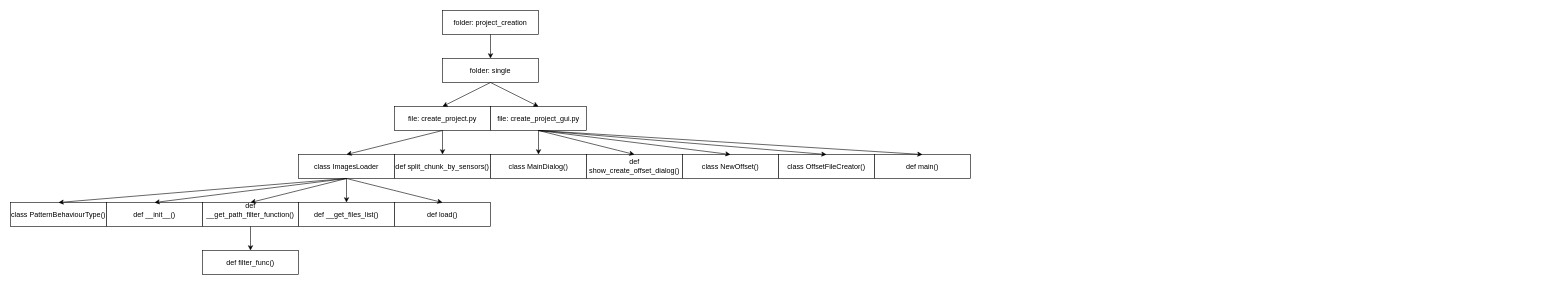
The draw.io diagram CreateProjectFromDir.drawio in go-enov/diagrams, before the edit. Source tidied: cells renumbered, new cells numbered last; positions are measured from the earlier drawing's top-left corner, leaving out a move shared by most shapes. Both pictures are drawn from the tidied source at 60%, with x=0, y=0 at pixel (10, 10).
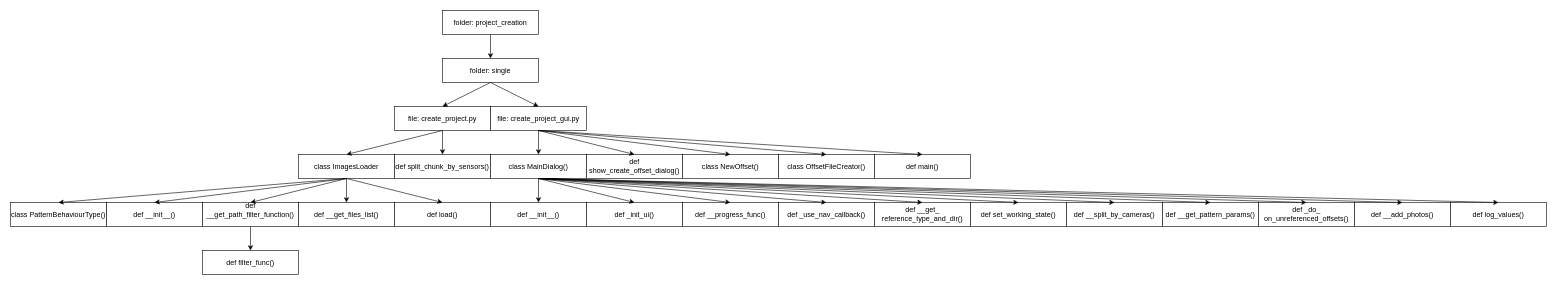
Above is the later version.

Commit message:
class MainDialog(): tree

Unchanged cells that the change refers to:
```xml
<mxCell id="25" value="class MainDialog()" style="rounded=0;whiteSpace=wrap;html=1;" parent="1" vertex="1">
  <mxGeometry x="800" y="240" width="160" height="40" as="geometry" />
</mxCell>
```

Diff of the diagram source:
```diff
@@
+    <mxCell id="35" value="def __init__()" style="rounded=0;whiteSpace=wrap;html=1;" parent="1" vertex="1">
+      <mxGeometry x="800" y="320" width="160" height="40" as="geometry" />
+    </mxCell>
+    <mxCell id="36" value="def _init_ui()" style="rounded=0;whiteSpace=wrap;html=1;" parent="1" vertex="1">
+      <mxGeometry x="960" y="320" width="160" height="40" as="geometry" />
+    </mxCell>
+    <mxCell id="37" value="def __progress_func()" style="rounded=0;whiteSpace=wrap;html=1;" parent="1" vertex="1">
+      <mxGeometry x="1120" y="320" width="160" height="40" as="geometry" />
+    </mxCell>
+    <mxCell id="38" value="def _use_nav_callback()" style="rounded=0;whiteSpace=wrap;html=1;" parent="1" vertex="1">
+      <mxGeometry x="1280" y="320" width="160" height="40" as="geometry" />
+    </mxCell>
+    <mxCell id="39" value="def __get_ reference_type_and_dir()" style="rounded=0;whiteSpace=wrap;html=1;" parent="1" vertex="1">
+      <mxGeometry x="1440" y="320" width="160" height="40" as="geometry" />
+    </mxCell>
+    <mxCell id="40" value="def set_working_state()" style="rounded=0;whiteSpace=wrap;html=1;" parent="1" vertex="1">
+      <mxGeometry x="1600" y="320" width="160" height="40" as="geometry" />
+    </mxCell>
+    <mxCell id="41" value="def __split_by_cameras()" style="rounded=0;whiteSpace=wrap;html=1;" parent="1" vertex="1">
+      <mxGeometry x="1760" y="320" width="160" height="40" as="geometry" />
+    </mxCell>
+    <mxCell id="42" value="def __get_pattern_params()" style="rounded=0;whiteSpace=wrap;html=1;" parent="1" vertex="1">
+      <mxGeometry x="1920" y="320" width="160" height="40" as="geometry" />
+    </mxCell>
+    <mxCell id="43" value="def _do_ on_unreferenced_offsets()" style="rounded=0;whiteSpace=wrap;html=1;" parent="1" vertex="1">
+      <mxGeometry x="2080" y="320" width="160" height="40" as="geometry" />
+    </mxCell>
+    <mxCell id="44" value="def __add_photos()" style="rounded=0;whiteSpace=wrap;html=1;" parent="1" vertex="1">
+      <mxGeometry x="2240" y="320" width="160" height="40" as="geometry" />
+    </mxCell>
+    <mxCell id="45" value="def log_values()" style="rounded=0;whiteSpace=wrap;html=1;" parent="1" vertex="1">
+      <mxGeometry x="2400" y="320" width="160" height="40" as="geometry" />
+    </mxCell>
+    <mxCell id="46" style="endArrow=classic;html=1;rounded=0;exitX=0.5;exitY=1;exitDx=0;exitDy=0;entryX=0.5;entryY=0;entryDx=0;entryDy=0;" parent="1" edge="1" source="25" target="35">
+      <mxGeometry relative="1" as="geometry" />
+    </mxCell>
+    <mxCell id="47" style="endArrow=classic;html=1;rounded=0;exitX=0.5;exitY=1;exitDx=0;exitDy=0;entryX=0.5;entryY=0;entryDx=0;entryDy=0;" parent="1" edge="1" source="25" target="36">
+      <mxGeometry relative="1" as="geometry" />
+    </mxCell>
+    <mxCell id="48" style="endArrow=classic;html=1;rounded=0;exitX=0.5;exitY=1;exitDx=0;exitDy=0;entryX=0.5;entryY=0;entryDx=0;entryDy=0;" parent="1" edge="1" source="25" target="37">
+      <mxGeometry relative="1" as="geometry" />
+    </mxCell>
+    <mxCell id="49" style="endArrow=classic;html=1;rounded=0;exitX=0.5;exitY=1;exitDx=0;exitDy=0;entryX=0.5;entryY=0;entryDx=0;entryDy=0;" parent="1" edge="1" source="25" target="38">
+      <mxGeometry relative="1" as="geometry" />
+    </mxCell>
+    <mxCell id="50" style="endArrow=classic;html=1;rounded=0;exitX=0.5;exitY=1;exitDx=0;exitDy=0;entryX=0.5;entryY=0;entryDx=0;entryDy=0;" parent="1" edge="1" source="25" target="39">
+      <mxGeometry relative="1" as="geometry" />
+    </mxCell>
+    <mxCell id="51" style="endArrow=classic;html=1;rounded=0;exitX=0.5;exitY=1;exitDx=0;exitDy=0;entryX=0.5;entryY=0;entryDx=0;entryDy=0;" parent="1" edge="1" source="25" target="40">
+      <mxGeometry relative="1" as="geometry" />
+    </mxCell>
+    <mxCell id="52" style="endArrow=classic;html=1;rounded=0;exitX=0.5;exitY=1;exitDx=0;exitDy=0;entryX=0.5;entryY=0;entryDx=0;entryDy=0;" parent="1" edge="1" source="25" target="41">
+      <mxGeometry relative="1" as="geometry" />
+    </mxCell>
+    <mxCell id="53" style="endArrow=classic;html=1;rounded=0;exitX=0.5;exitY=1;exitDx=0;exitDy=0;entryX=0.5;entryY=0;entryDx=0;entryDy=0;" parent="1" edge="1" source="25" target="42">
+      <mxGeometry relative="1" as="geometry" />
+    </mxCell>
+    <mxCell id="54" style="endArrow=classic;html=1;rounded=0;exitX=0.5;exitY=1;exitDx=0;exitDy=0;entryX=0.5;entryY=0;entryDx=0;entryDy=0;" parent="1" edge="1" source="25" target="43">
+      <mxGeometry relative="1" as="geometry" />
+    </mxCell>
+    <mxCell id="55" style="endArrow=classic;html=1;rounded=0;exitX=0.5;exitY=1;exitDx=0;exitDy=0;entryX=0.5;entryY=0;entryDx=0;entryDy=0;" parent="1" edge="1" source="25" target="44">
+      <mxGeometry relative="1" as="geometry" />
+    </mxCell>
+    <mxCell id="56" style="endArrow=classic;html=1;rounded=0;exitX=0.5;exitY=1;exitDx=0;exitDy=0;entryX=0.5;entryY=0;entryDx=0;entryDy=0;" parent="1" edge="1" source="25" target="45">
+      <mxGeometry relative="1" as="geometry" />
+    </mxCell>
```
